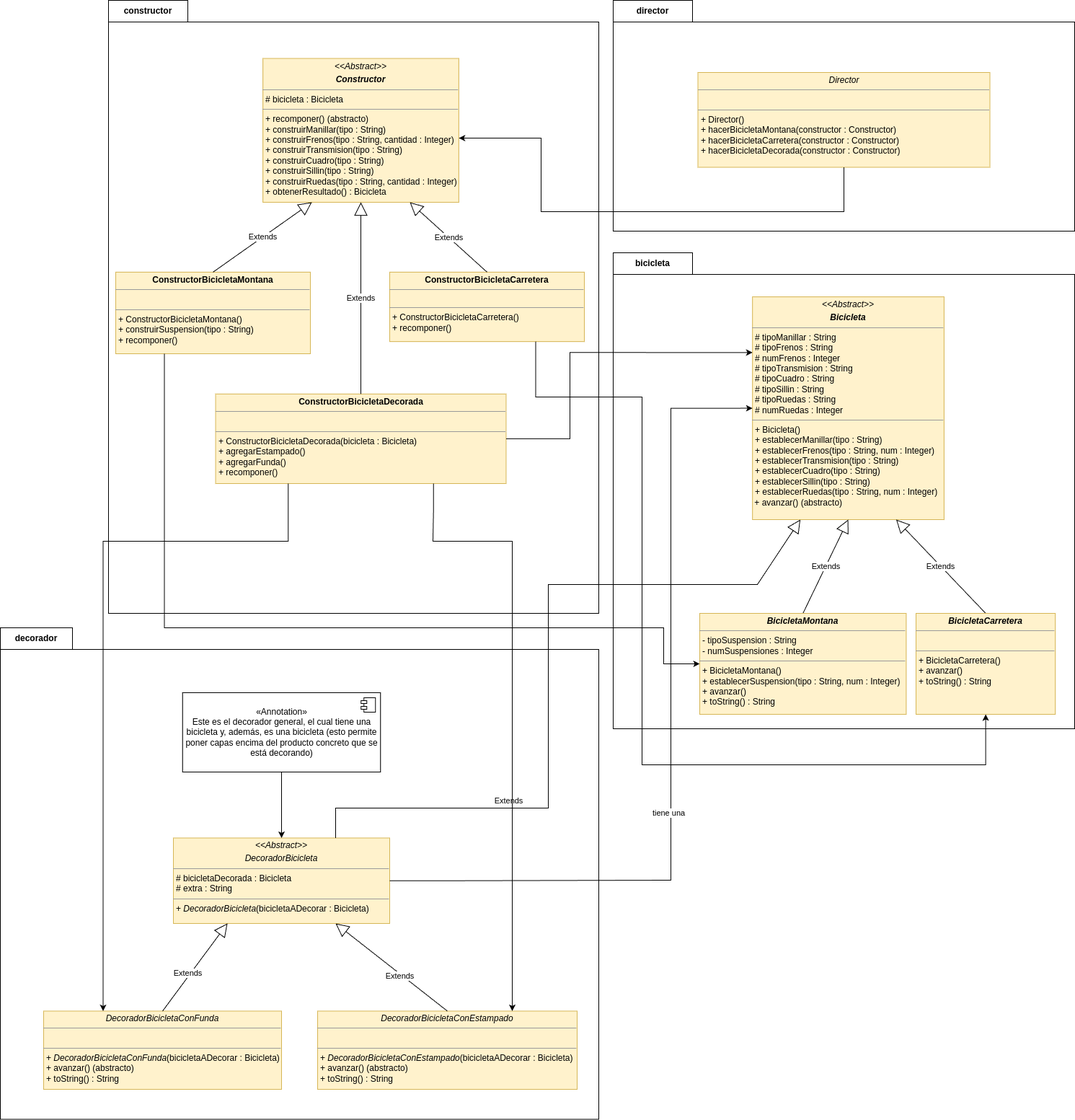
AlvareitorHD/DS2.3 keeps this draw.io diagram as P1/Ejercicio3/UML_P1-Ejercicio_3_BuilderYDecorator.png. Above is the earlier version. Source tidied: cells renumbered, new cells last; positions are measured from the earlier drawing's top-left corner, leaving out a move shared by most shapes.
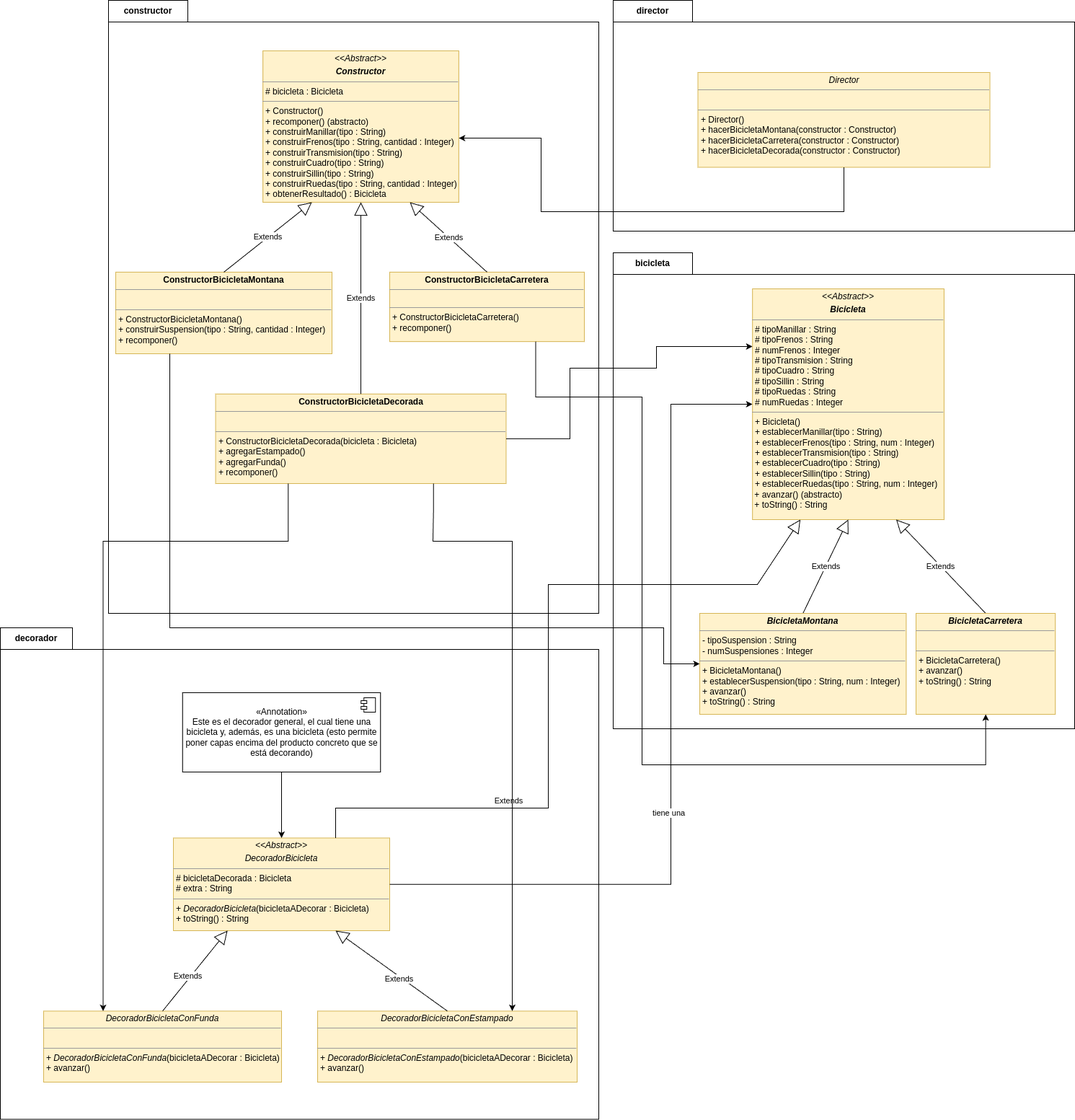
Above is the later version.

Commit message:
Modificado diagrama UML asociado

Change to the diagram source:
```diff
@@ -15,7 +15,7 @@
     </mxCell>
-    <mxCell id="5" value="&lt;p style=&quot;margin:0px;margin-top:4px;text-align:center;&quot;&gt;&lt;i&gt;&amp;lt;&amp;lt;Abstract&amp;gt;&amp;gt;&lt;/i&gt;&lt;i&gt;&lt;b&gt;&lt;br&gt;&lt;/b&gt;&lt;/i&gt;&lt;/p&gt;&lt;p style=&quot;margin:0px;margin-top:4px;text-align:center;&quot;&gt;&lt;i&gt;&lt;b&gt;Constructor&lt;/b&gt;&lt;/i&gt;&lt;/p&gt;&lt;hr size=&quot;1&quot;&gt;&lt;p style=&quot;margin:0px;margin-left:4px;&quot;&gt;# bicicleta : Bicicleta&lt;br&gt;&lt;/p&gt;&lt;hr size=&quot;1&quot;&gt;&lt;p style=&quot;margin:0px;margin-left:4px;&quot;&gt;&lt;span style=&quot;background-color: initial;&quot;&gt;+ recomponer() (abstracto)&lt;/span&gt;&lt;br&gt;&lt;/p&gt;&lt;p style=&quot;margin:0px;margin-left:4px;&quot;&gt;+ construirManillar(&lt;span style=&quot;background-color: initial;&quot;&gt;tipo : String&lt;/span&gt;&lt;span style=&quot;background-color: initial;&quot;&gt;)&lt;/span&gt;&lt;/p&gt;&lt;p style=&quot;margin:0px;margin-left:4px;&quot;&gt;+ construirFrenos(tipo : String, cantidad : Integer)&lt;/p&gt;&lt;p style=&quot;margin:0px;margin-left:4px;&quot;&gt;+ construirTransmision(tipo : String)&lt;br&gt;&lt;/p&gt;&lt;p style=&quot;margin:0px;margin-left:4px;&quot;&gt;+ construirCuadro(tipo : String)&lt;br&gt;&lt;/p&gt;&lt;p style=&quot;margin:0px;margin-left:4px;&quot;&gt;+ construirSillin(tipo : String)&lt;br&gt;&lt;/p&gt;&lt;p style=&quot;margin:0px;margin-left:4px;&quot;&gt;+ construirRuedas(&lt;span style=&quot;background-color: initial;&quot;&gt;tipo : String,&amp;nbsp;&lt;/span&gt;&lt;span style=&quot;background-color: initial;&quot;&gt;cantidad : Integer)&lt;/span&gt;&lt;/p&gt;&lt;p style=&quot;margin:0px;margin-left:4px;&quot;&gt;+ obtenerResultado() : Bicicleta&lt;span style=&quot;background-color: initial;&quot;&gt;&lt;br&gt;&lt;/span&gt;&lt;/p&gt;" style="verticalAlign=top;align=left;overflow=fill;fontSize=12;fontFamily=Helvetica;html=1;whiteSpace=wrap;fillColor=#fff2cc;strokeColor=#d6b656;" parent="2" vertex="1">
-      <mxGeometry x="214.2" y="80.5" width="271.6" height="199.5" as="geometry" />
+    <mxCell id="5" value="&lt;p style=&quot;margin:0px;margin-top:4px;text-align:center;&quot;&gt;&lt;i&gt;&amp;lt;&amp;lt;Abstract&amp;gt;&amp;gt;&lt;/i&gt;&lt;i&gt;&lt;b&gt;&lt;br&gt;&lt;/b&gt;&lt;/i&gt;&lt;/p&gt;&lt;p style=&quot;margin:0px;margin-top:4px;text-align:center;&quot;&gt;&lt;i&gt;&lt;b&gt;Constructor&lt;/b&gt;&lt;/i&gt;&lt;/p&gt;&lt;hr size=&quot;1&quot;&gt;&lt;p style=&quot;margin:0px;margin-left:4px;&quot;&gt;# bicicleta : Bicicleta&lt;br&gt;&lt;/p&gt;&lt;hr size=&quot;1&quot;&gt;&lt;p style=&quot;margin:0px;margin-left:4px;&quot;&gt;&lt;span style=&quot;background-color: initial;&quot;&gt;+ Constructor()&lt;/span&gt;&lt;/p&gt;&lt;p style=&quot;margin:0px;margin-left:4px;&quot;&gt;&lt;span style=&quot;background-color: initial;&quot;&gt;+ recomponer() (abstracto)&lt;/span&gt;&lt;br&gt;&lt;/p&gt;&lt;p style=&quot;margin:0px;margin-left:4px;&quot;&gt;+ construirManillar(&lt;span style=&quot;background-color: initial;&quot;&gt;tipo : String&lt;/span&gt;&lt;span style=&quot;background-color: initial;&quot;&gt;)&lt;/span&gt;&lt;/p&gt;&lt;p style=&quot;margin:0px;margin-left:4px;&quot;&gt;+ construirFrenos(tipo : String, cantidad : Integer)&lt;/p&gt;&lt;p style=&quot;margin:0px;margin-left:4px;&quot;&gt;+ construirTransmision(tipo : String)&lt;br&gt;&lt;/p&gt;&lt;p style=&quot;margin:0px;margin-left:4px;&quot;&gt;+ construirCuadro(tipo : String)&lt;br&gt;&lt;/p&gt;&lt;p style=&quot;margin:0px;margin-left:4px;&quot;&gt;+ construirSillin(tipo : String)&lt;br&gt;&lt;/p&gt;&lt;p style=&quot;margin:0px;margin-left:4px;&quot;&gt;+ construirRuedas(&lt;span style=&quot;background-color: initial;&quot;&gt;tipo : String,&amp;nbsp;&lt;/span&gt;&lt;span style=&quot;background-color: initial;&quot;&gt;cantidad : Integer)&lt;/span&gt;&lt;/p&gt;&lt;p style=&quot;margin:0px;margin-left:4px;&quot;&gt;+ obtenerResultado() : Bicicleta&lt;span style=&quot;background-color: initial;&quot;&gt;&lt;br&gt;&lt;/span&gt;&lt;/p&gt;" style="verticalAlign=top;align=left;overflow=fill;fontSize=12;fontFamily=Helvetica;html=1;whiteSpace=wrap;fillColor=#fff2cc;strokeColor=#d6b656;" parent="2" vertex="1">
+      <mxGeometry x="214.2" y="70" width="271.6" height="210" as="geometry" />
     </mxCell>
-    <mxCell id="6" value="&lt;p style=&quot;margin:0px;margin-top:4px;text-align:center;&quot;&gt;&lt;b&gt;ConstructorBicicletaMontana&lt;/b&gt;&lt;br&gt;&lt;/p&gt;&lt;hr size=&quot;1&quot;&gt;&lt;p style=&quot;margin:0px;margin-left:4px;&quot;&gt;&lt;br&gt;&lt;/p&gt;&lt;hr size=&quot;1&quot;&gt;&lt;p style=&quot;margin:0px;margin-left:4px;&quot;&gt;+&amp;nbsp;&lt;span style=&quot;text-align: center; background-color: initial;&quot;&gt;ConstructorBicicletaMontana()&lt;/span&gt;&lt;/p&gt;&lt;p style=&quot;margin: 0px 0px 0px 4px;&quot;&gt;+ construirSuspension(&lt;span style=&quot;background-color: initial;&quot;&gt;tipo : String&lt;/span&gt;&lt;span style=&quot;background-color: initial;&quot;&gt;)&lt;/span&gt;&lt;/p&gt;&lt;p style=&quot;margin: 0px 0px 0px 4px;&quot;&gt;+ recomponer()&lt;br&gt;&lt;/p&gt;" style="verticalAlign=top;align=left;overflow=fill;fontSize=12;fontFamily=Helvetica;html=1;whiteSpace=wrap;fillColor=#fff2cc;strokeColor=#d6b656;" parent="2" vertex="1">
-      <mxGeometry x="10" y="376.8" width="270" height="113.2" as="geometry" />
+    <mxCell id="6" value="&lt;p style=&quot;margin:0px;margin-top:4px;text-align:center;&quot;&gt;&lt;b&gt;ConstructorBicicletaMontana&lt;/b&gt;&lt;br&gt;&lt;/p&gt;&lt;hr size=&quot;1&quot;&gt;&lt;p style=&quot;margin:0px;margin-left:4px;&quot;&gt;&lt;br&gt;&lt;/p&gt;&lt;hr size=&quot;1&quot;&gt;&lt;p style=&quot;margin:0px;margin-left:4px;&quot;&gt;+&amp;nbsp;&lt;span style=&quot;text-align: center; background-color: initial;&quot;&gt;ConstructorBicicletaMontana()&lt;/span&gt;&lt;/p&gt;&lt;p style=&quot;margin: 0px 0px 0px 4px;&quot;&gt;+ construirSuspension(&lt;span style=&quot;background-color: initial;&quot;&gt;tipo : String, cantidad : Integer&lt;/span&gt;&lt;span style=&quot;background-color: initial;&quot;&gt;)&lt;/span&gt;&lt;/p&gt;&lt;p style=&quot;margin: 0px 0px 0px 4px;&quot;&gt;+ recomponer()&lt;br&gt;&lt;/p&gt;" style="verticalAlign=top;align=left;overflow=fill;fontSize=12;fontFamily=Helvetica;html=1;whiteSpace=wrap;fillColor=#fff2cc;strokeColor=#d6b656;" parent="2" vertex="1">
+      <mxGeometry x="10" y="376.8" width="300" height="113.2" as="geometry" />
     </mxCell>
@@ -52,4 +52,4 @@
     </mxCell>
-    <mxCell id="16" value="&lt;p style=&quot;margin:0px;margin-top:4px;text-align:center;&quot;&gt;&lt;i&gt;&amp;lt;&amp;lt;Abstract&amp;gt;&amp;gt;&lt;/i&gt;&lt;/p&gt;&lt;p style=&quot;margin:0px;margin-top:4px;text-align:center;&quot;&gt;&lt;b&gt;&lt;i&gt;Bicicleta&lt;/i&gt;&lt;/b&gt;&lt;br&gt;&lt;/p&gt;&lt;hr size=&quot;1&quot;&gt;&lt;p style=&quot;margin:0px;margin-left:4px;&quot;&gt;# tipoManillar : String&lt;/p&gt;&lt;p style=&quot;margin:0px;margin-left:4px;&quot;&gt;# tipoFrenos : String&lt;/p&gt;&lt;p style=&quot;margin:0px;margin-left:4px;&quot;&gt;# numFrenos : Integer&lt;/p&gt;&lt;p style=&quot;margin:0px;margin-left:4px;&quot;&gt;# tipoTransmision : String&lt;/p&gt;&lt;p style=&quot;margin:0px;margin-left:4px;&quot;&gt;# tipoCuadro : String&lt;/p&gt;&lt;p style=&quot;margin:0px;margin-left:4px;&quot;&gt;# tipoSillin : String&lt;/p&gt;&lt;p style=&quot;margin:0px;margin-left:4px;&quot;&gt;# tipoRuedas : String&lt;/p&gt;&lt;p style=&quot;margin:0px;margin-left:4px;&quot;&gt;# numRuedas : Integer&lt;/p&gt;&lt;hr size=&quot;1&quot;&gt;&lt;p style=&quot;margin:0px;margin-left:4px;&quot;&gt;+&amp;nbsp;&lt;span style=&quot;background-color: initial;&quot;&gt;Bicicleta()&lt;/span&gt;&lt;/p&gt;&lt;p style=&quot;margin:0px;margin-left:4px;&quot;&gt;&lt;span style=&quot;background-color: initial;&quot;&gt;+ establecerManillar(tipo : String)&lt;/span&gt;&lt;/p&gt;&lt;p style=&quot;margin:0px;margin-left:4px;&quot;&gt;+ establecerFrenos(tipo : String, num : Integer)&lt;span style=&quot;background-color: initial;&quot;&gt;&lt;br&gt;&lt;/span&gt;&lt;/p&gt;&lt;p style=&quot;margin:0px;margin-left:4px;&quot;&gt;+ establecerTransmision(tipo : String)&lt;br&gt;&lt;/p&gt;&lt;p style=&quot;margin:0px;margin-left:4px;&quot;&gt;+ establecerCuadro(tipo : String)&lt;br&gt;&lt;/p&gt;&lt;p style=&quot;margin:0px;margin-left:4px;&quot;&gt;+ establecerSillin(tipo : String)&lt;br&gt;&lt;/p&gt;&lt;p style=&quot;margin:0px;margin-left:4px;&quot;&gt;+ establecerRuedas(tipo : String, num : Integer)&lt;br&gt;&lt;/p&gt;&lt;div&gt;&lt;span style=&quot;background-color: initial;&quot;&gt;&amp;nbsp;+ avanzar() (abstracto)&lt;/span&gt;&lt;/div&gt;" style="verticalAlign=top;align=left;overflow=fill;fontSize=12;fontFamily=Helvetica;html=1;whiteSpace=wrap;fillColor=#fff2cc;strokeColor=#d6b656;" parent="14" vertex="1">
-      <mxGeometry x="193.2" y="61.1" width="265.7" height="308.9" as="geometry" />
+    <mxCell id="16" value="&lt;p style=&quot;margin:0px;margin-top:4px;text-align:center;&quot;&gt;&lt;i&gt;&amp;lt;&amp;lt;Abstract&amp;gt;&amp;gt;&lt;/i&gt;&lt;/p&gt;&lt;p style=&quot;margin:0px;margin-top:4px;text-align:center;&quot;&gt;&lt;b&gt;&lt;i&gt;Bicicleta&lt;/i&gt;&lt;/b&gt;&lt;br&gt;&lt;/p&gt;&lt;hr size=&quot;1&quot;&gt;&lt;p style=&quot;margin:0px;margin-left:4px;&quot;&gt;# tipoManillar : String&lt;/p&gt;&lt;p style=&quot;margin:0px;margin-left:4px;&quot;&gt;# tipoFrenos : String&lt;/p&gt;&lt;p style=&quot;margin:0px;margin-left:4px;&quot;&gt;# numFrenos : Integer&lt;/p&gt;&lt;p style=&quot;margin:0px;margin-left:4px;&quot;&gt;# tipoTransmision : String&lt;/p&gt;&lt;p style=&quot;margin:0px;margin-left:4px;&quot;&gt;# tipoCuadro : String&lt;/p&gt;&lt;p style=&quot;margin:0px;margin-left:4px;&quot;&gt;# tipoSillin : String&lt;/p&gt;&lt;p style=&quot;margin:0px;margin-left:4px;&quot;&gt;# tipoRuedas : String&lt;/p&gt;&lt;p style=&quot;margin:0px;margin-left:4px;&quot;&gt;# numRuedas : Integer&lt;/p&gt;&lt;hr size=&quot;1&quot;&gt;&lt;p style=&quot;margin:0px;margin-left:4px;&quot;&gt;+&amp;nbsp;&lt;span style=&quot;background-color: initial;&quot;&gt;Bicicleta()&lt;/span&gt;&lt;/p&gt;&lt;p style=&quot;margin:0px;margin-left:4px;&quot;&gt;&lt;span style=&quot;background-color: initial;&quot;&gt;+ establecerManillar(tipo : String)&lt;/span&gt;&lt;/p&gt;&lt;p style=&quot;margin:0px;margin-left:4px;&quot;&gt;+ establecerFrenos(tipo : String, num : Integer)&lt;span style=&quot;background-color: initial;&quot;&gt;&lt;br&gt;&lt;/span&gt;&lt;/p&gt;&lt;p style=&quot;margin:0px;margin-left:4px;&quot;&gt;+ establecerTransmision(tipo : String)&lt;br&gt;&lt;/p&gt;&lt;p style=&quot;margin:0px;margin-left:4px;&quot;&gt;+ establecerCuadro(tipo : String)&lt;br&gt;&lt;/p&gt;&lt;p style=&quot;margin:0px;margin-left:4px;&quot;&gt;+ establecerSillin(tipo : String)&lt;br&gt;&lt;/p&gt;&lt;p style=&quot;margin:0px;margin-left:4px;&quot;&gt;+ establecerRuedas(tipo : String, num : Integer)&lt;br&gt;&lt;/p&gt;&lt;div&gt;&lt;span style=&quot;background-color: initial;&quot;&gt;&amp;nbsp;+ avanzar() (abstracto)&lt;/span&gt;&lt;/div&gt;&lt;div&gt;&amp;nbsp;+ toString() : String&lt;span style=&quot;background-color: initial;&quot;&gt;&lt;br&gt;&lt;/span&gt;&lt;/div&gt;" style="verticalAlign=top;align=left;overflow=fill;fontSize=12;fontFamily=Helvetica;html=1;whiteSpace=wrap;fillColor=#fff2cc;strokeColor=#d6b656;" parent="14" vertex="1">
+      <mxGeometry x="193.2" y="50" width="265.7" height="320" as="geometry" />
     </mxCell>
@@ -70,3 +70,3 @@
         <Array as="points">
-          <mxPoint x="228" y="870" />
+          <mxPoint x="235" y="870" />
           <mxPoint x="920" y="870" />
@@ -94,4 +94,4 @@
     </mxCell>
-    <mxCell id="25" value="&lt;p style=&quot;margin: 4px 0px 0px; text-align: center;&quot;&gt;&lt;i&gt;&amp;lt;&amp;lt;A&lt;/i&gt;&lt;i style=&quot;background-color: initial;&quot;&gt;bstract&amp;gt;&amp;gt;&lt;/i&gt;&lt;/p&gt;&lt;p style=&quot;margin:0px;margin-top:4px;text-align:center;&quot;&gt;&lt;i style=&quot;background-color: initial;&quot;&gt;DecoradorBicicleta&lt;/i&gt;&lt;br&gt;&lt;/p&gt;&lt;hr size=&quot;1&quot;&gt;&lt;p style=&quot;margin:0px;margin-left:4px;&quot;&gt;# bicicletaDecorada : Bicicleta&lt;/p&gt;&lt;p style=&quot;margin:0px;margin-left:4px;&quot;&gt;# extra : String&lt;/p&gt;&lt;hr size=&quot;1&quot;&gt;&lt;p style=&quot;margin:0px;margin-left:4px;&quot;&gt;+&amp;nbsp;&lt;i style=&quot;text-align: center; background-color: initial;&quot;&gt;DecoradorBicicleta&lt;/i&gt;(&lt;span style=&quot;background-color: initial;&quot;&gt;bicicletaADecorar : Bicicleta&lt;/span&gt;&lt;span style=&quot;background-color: initial;&quot;&gt;)&lt;/span&gt;&lt;/p&gt;&lt;p style=&quot;margin:0px;margin-left:4px;&quot;&gt;&lt;span style=&quot;background-color: initial;&quot;&gt;&lt;br&gt;&lt;/span&gt;&lt;/p&gt;" style="verticalAlign=top;align=left;overflow=fill;fontSize=12;fontFamily=Helvetica;html=1;whiteSpace=wrap;fillColor=#fff2cc;strokeColor=#d6b656;" parent="23" vertex="1">
-      <mxGeometry x="240" y="291.5" width="300" height="118.5" as="geometry" />
+    <mxCell id="25" value="&lt;p style=&quot;margin: 4px 0px 0px; text-align: center;&quot;&gt;&lt;i&gt;&amp;lt;&amp;lt;A&lt;/i&gt;&lt;i style=&quot;background-color: initial;&quot;&gt;bstract&amp;gt;&amp;gt;&lt;/i&gt;&lt;/p&gt;&lt;p style=&quot;margin:0px;margin-top:4px;text-align:center;&quot;&gt;&lt;i style=&quot;background-color: initial;&quot;&gt;DecoradorBicicleta&lt;/i&gt;&lt;br&gt;&lt;/p&gt;&lt;hr size=&quot;1&quot;&gt;&lt;p style=&quot;margin:0px;margin-left:4px;&quot;&gt;# bicicletaDecorada : Bicicleta&lt;/p&gt;&lt;p style=&quot;margin:0px;margin-left:4px;&quot;&gt;# extra : String&lt;/p&gt;&lt;hr size=&quot;1&quot;&gt;&lt;p style=&quot;margin:0px;margin-left:4px;&quot;&gt;+&amp;nbsp;&lt;i style=&quot;text-align: center; background-color: initial;&quot;&gt;DecoradorBicicleta&lt;/i&gt;(&lt;span style=&quot;background-color: initial;&quot;&gt;bicicletaADecorar : Bicicleta&lt;/span&gt;&lt;span style=&quot;background-color: initial;&quot;&gt;)&lt;/span&gt;&lt;/p&gt;&lt;p style=&quot;margin:0px;margin-left:4px;&quot;&gt;&lt;span style=&quot;background-color: initial;&quot;&gt;+&amp;nbsp;&lt;/span&gt;&lt;span style=&quot;background-color: initial;&quot;&gt;toString() : String&lt;/span&gt;&lt;span style=&quot;background-color: initial;&quot;&gt;&lt;br&gt;&lt;/span&gt;&lt;/p&gt;&lt;p style=&quot;margin:0px;margin-left:4px;&quot;&gt;&lt;span style=&quot;background-color: initial;&quot;&gt;&lt;br&gt;&lt;/span&gt;&lt;/p&gt;" style="verticalAlign=top;align=left;overflow=fill;fontSize=12;fontFamily=Helvetica;html=1;whiteSpace=wrap;fillColor=#fff2cc;strokeColor=#d6b656;" parent="23" vertex="1">
+      <mxGeometry x="240" y="291.5" width="300" height="128.5" as="geometry" />
     </mxCell>
@@ -108,7 +108,7 @@
     </mxCell>
-    <mxCell id="29" value="&lt;p style=&quot;margin:0px;margin-top:4px;text-align:center;&quot;&gt;&lt;i style=&quot;background-color: initial;&quot;&gt;DecoradorBicicletaConFunda&lt;/i&gt;&lt;br&gt;&lt;/p&gt;&lt;hr size=&quot;1&quot;&gt;&lt;p style=&quot;margin:0px;margin-left:4px;&quot;&gt;&lt;br&gt;&lt;/p&gt;&lt;hr size=&quot;1&quot;&gt;&lt;p style=&quot;margin:0px;margin-left:4px;&quot;&gt;+&amp;nbsp;&lt;i style=&quot;text-align: center; background-color: initial;&quot;&gt;DecoradorBicicletaConFunda&lt;/i&gt;(bicicletaADecorar&amp;nbsp;: Bicicleta)&lt;/p&gt;&lt;p style=&quot;margin:0px;margin-left:4px;&quot;&gt;+ avanzar() (abstracto)&lt;span style=&quot;background-color: initial;&quot;&gt;&lt;br&gt;&lt;/span&gt;&lt;/p&gt;&lt;p style=&quot;margin:0px;margin-left:4px;&quot;&gt;&lt;span style=&quot;background-color: initial;&quot;&gt;+&amp;nbsp;&lt;/span&gt;&lt;span style=&quot;background-color: initial;&quot;&gt;toString() : String&lt;/span&gt;&lt;/p&gt;" style="verticalAlign=top;align=left;overflow=fill;fontSize=12;fontFamily=Helvetica;html=1;whiteSpace=wrap;fillColor=#fff2cc;strokeColor=#d6b656;" parent="23" vertex="1">
-      <mxGeometry x="60" y="531.5" width="330" height="108.5" as="geometry" />
+    <mxCell id="29" value="&lt;p style=&quot;margin:0px;margin-top:4px;text-align:center;&quot;&gt;&lt;i style=&quot;background-color: initial;&quot;&gt;DecoradorBicicletaConFunda&lt;/i&gt;&lt;br&gt;&lt;/p&gt;&lt;hr size=&quot;1&quot;&gt;&lt;p style=&quot;margin:0px;margin-left:4px;&quot;&gt;&lt;br&gt;&lt;/p&gt;&lt;hr size=&quot;1&quot;&gt;&lt;p style=&quot;margin:0px;margin-left:4px;&quot;&gt;+&amp;nbsp;&lt;i style=&quot;text-align: center; background-color: initial;&quot;&gt;DecoradorBicicletaConFunda&lt;/i&gt;(bicicletaADecorar&amp;nbsp;: Bicicleta)&lt;/p&gt;&lt;p style=&quot;margin:0px;margin-left:4px;&quot;&gt;+ avanzar()&lt;span style=&quot;background-color: initial;&quot;&gt;&lt;br&gt;&lt;/span&gt;&lt;/p&gt;&lt;p style=&quot;margin:0px;margin-left:4px;&quot;&gt;&lt;br&gt;&lt;/p&gt;" style="verticalAlign=top;align=left;overflow=fill;fontSize=12;fontFamily=Helvetica;html=1;whiteSpace=wrap;fillColor=#fff2cc;strokeColor=#d6b656;" parent="23" vertex="1">
+      <mxGeometry x="60" y="531.5" width="330" height="98.5" as="geometry" />
     </mxCell>
-    <mxCell id="30" value="&lt;p style=&quot;margin:0px;margin-top:4px;text-align:center;&quot;&gt;&lt;i style=&quot;background-color: initial;&quot;&gt;DecoradorBicicletaConEstampado&lt;/i&gt;&lt;br&gt;&lt;/p&gt;&lt;hr size=&quot;1&quot;&gt;&lt;p style=&quot;margin:0px;margin-left:4px;&quot;&gt;&lt;br&gt;&lt;/p&gt;&lt;hr size=&quot;1&quot;&gt;&lt;p style=&quot;margin:0px;margin-left:4px;&quot;&gt;+&amp;nbsp;&lt;i style=&quot;text-align: center; background-color: initial;&quot;&gt;DecoradorBicicletaConEstampado&lt;/i&gt;(bicicletaADecorar&lt;span style=&quot;background-color: initial;&quot;&gt;&amp;nbsp;: Bicicleta&lt;/span&gt;&lt;span style=&quot;background-color: initial;&quot;&gt;)&lt;/span&gt;&lt;/p&gt;&lt;p style=&quot;margin:0px;margin-left:4px;&quot;&gt;+ avanzar() (abstracto)&lt;br&gt;&lt;/p&gt;&lt;p style=&quot;margin:0px;margin-left:4px;&quot;&gt;+ toString() : String&lt;br&gt;&lt;/p&gt;" style="verticalAlign=top;align=left;overflow=fill;fontSize=12;fontFamily=Helvetica;html=1;whiteSpace=wrap;fillColor=#fff2cc;strokeColor=#d6b656;" parent="23" vertex="1">
-      <mxGeometry x="440" y="531.5" width="360" height="108.5" as="geometry" />
+    <mxCell id="30" value="&lt;p style=&quot;margin:0px;margin-top:4px;text-align:center;&quot;&gt;&lt;i style=&quot;background-color: initial;&quot;&gt;DecoradorBicicletaConEstampado&lt;/i&gt;&lt;br&gt;&lt;/p&gt;&lt;hr size=&quot;1&quot;&gt;&lt;p style=&quot;margin:0px;margin-left:4px;&quot;&gt;&lt;br&gt;&lt;/p&gt;&lt;hr size=&quot;1&quot;&gt;&lt;p style=&quot;margin:0px;margin-left:4px;&quot;&gt;+&amp;nbsp;&lt;i style=&quot;text-align: center; background-color: initial;&quot;&gt;DecoradorBicicletaConEstampado&lt;/i&gt;(bicicletaADecorar&lt;span style=&quot;background-color: initial;&quot;&gt;&amp;nbsp;: Bicicleta&lt;/span&gt;&lt;span style=&quot;background-color: initial;&quot;&gt;)&lt;/span&gt;&lt;/p&gt;&lt;p style=&quot;margin:0px;margin-left:4px;&quot;&gt;+ avanzar()&lt;/p&gt;" style="verticalAlign=top;align=left;overflow=fill;fontSize=12;fontFamily=Helvetica;html=1;whiteSpace=wrap;fillColor=#fff2cc;strokeColor=#d6b656;" parent="23" vertex="1">
+      <mxGeometry x="440" y="531.5" width="360" height="98.5" as="geometry" />
     </mxCell>
@@ -123,5 +123,4 @@
         <Array as="points">
-          <mxPoint x="640" y="1221" />
-          <mxPoint x="930" y="1220" />
-          <mxPoint x="930" y="566" />
+          <mxPoint x="930" y="1226" />
+          <mxPoint x="930" y="560" />
         </Array>
@@ -154,3 +153,5 @@
           <mxPoint x="790" y="608" />
-          <mxPoint x="790" y="488" />
+          <mxPoint x="790" y="510" />
+          <mxPoint x="910" y="510" />
+          <mxPoint x="910" y="480" />
         </Array>
```
